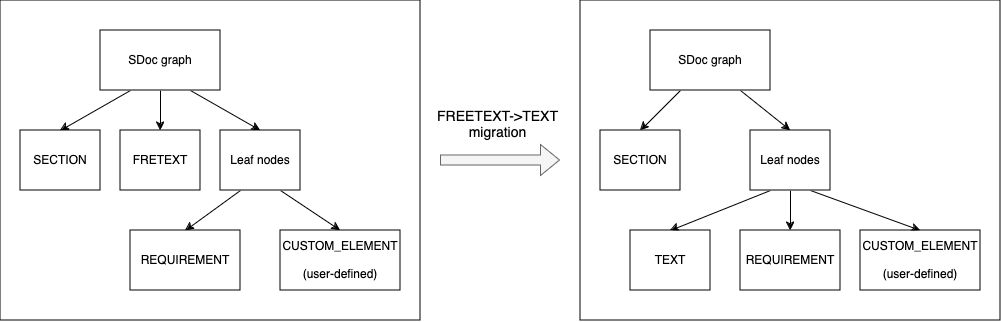
Before: docs/_assets/StrictDoc_Workspace-FREETEXT-TEXT.drawio.png, a diagram exported from draw.io (strictdoc-project/strictdoc). Source tidied: cells renumbered, new cells last; positions are measured from the earlier drawing's top-left corner, leaving out a move shared by most shapes. Source of this version:
```xml
<mxGraphModel>
  <root>
    <mxCell id="0" />
    <mxCell id="1" parent="0" />
    <mxCell id="2" style="rounded=0;whiteSpace=wrap;html=1;" parent="1" vertex="1">
      <mxGeometry x="580" width="420" height="320" as="geometry" />
    </mxCell>
    <mxCell id="3" style="rounded=0;whiteSpace=wrap;html=1;" parent="1" vertex="1">
      <mxGeometry width="420" height="320" as="geometry" />
    </mxCell>
    <mxCell id="4" style="edgeStyle=orthogonalEdgeStyle;rounded=0;jettySize=auto;html=1;exitX=0.5;exitY=1;exitDx=0;exitDy=0;" parent="1" edge="1" source="7" target="13">
      <mxGeometry relative="1" as="geometry" />
    </mxCell>
    <mxCell id="5" style="rounded=0;jettySize=auto;html=1;exitX=0.25;exitY=1;exitDx=0;exitDy=0;entryX=0.5;entryY=0;entryDx=0;entryDy=0;" parent="1" edge="1" source="7" target="14">
      <mxGeometry relative="1" as="geometry" />
    </mxCell>
    <mxCell id="6" style="rounded=0;jettySize=auto;html=1;exitX=0.75;exitY=1;exitDx=0;exitDy=0;entryX=0.5;entryY=0;entryDx=0;entryDy=0;" parent="1" edge="1" source="7" target="10">
      <mxGeometry relative="1" as="geometry" />
    </mxCell>
    <mxCell id="7" value="SDoc graph" style="rounded=0;whiteSpace=wrap;html=1;" parent="1" vertex="1">
      <mxGeometry x="100" y="30" width="120" height="60" as="geometry" />
    </mxCell>
    <mxCell id="8" style="rounded=0;jettySize=auto;html=1;exitX=0.25;exitY=1;exitDx=0;exitDy=0;entryX=0.5;entryY=0;entryDx=0;entryDy=0;" parent="1" edge="1" source="10" target="11">
      <mxGeometry relative="1" as="geometry" />
    </mxCell>
    <mxCell id="9" style="rounded=0;jettySize=auto;html=1;exitX=0.75;exitY=1;exitDx=0;exitDy=0;entryX=0.5;entryY=0;entryDx=0;entryDy=0;" parent="1" edge="1" source="10" target="12">
      <mxGeometry relative="1" as="geometry" />
    </mxCell>
    <mxCell id="10" value="Leaf nodes" style="rounded=0;whiteSpace=wrap;html=1;" parent="1" vertex="1">
      <mxGeometry x="220" y="130" width="80" height="60" as="geometry" />
    </mxCell>
    <mxCell id="11" value="REQUIREMENT" style="rounded=0;whiteSpace=wrap;html=1;" parent="1" vertex="1">
      <mxGeometry x="130" y="230" width="110" height="60" as="geometry" />
    </mxCell>
    <mxCell id="12" value="&lt;div&gt;CUSTOM_ELEMENT&lt;/div&gt;&lt;div&gt;&lt;br&gt;&lt;/div&gt;&lt;div&gt;(user-defined)&lt;/div&gt;" style="rounded=0;whiteSpace=wrap;html=1;" parent="1" vertex="1">
      <mxGeometry x="280" y="230" width="120" height="60" as="geometry" />
    </mxCell>
    <mxCell id="13" value="FRETEXT" style="rounded=0;whiteSpace=wrap;html=1;" parent="1" vertex="1">
      <mxGeometry x="120" y="130" width="80" height="60" as="geometry" />
    </mxCell>
    <mxCell id="14" value="SECTION" style="rounded=0;whiteSpace=wrap;html=1;" parent="1" vertex="1">
      <mxGeometry x="20" y="130" width="80" height="60" as="geometry" />
    </mxCell>
    <mxCell id="15" style="rounded=0;jettySize=auto;html=1;exitX=0.25;exitY=1;exitDx=0;exitDy=0;entryX=0.5;entryY=0;entryDx=0;entryDy=0;" parent="1" edge="1" source="17" target="25">
      <mxGeometry relative="1" as="geometry" />
    </mxCell>
    <mxCell id="16" style="rounded=0;jettySize=auto;html=1;exitX=0.75;exitY=1;exitDx=0;exitDy=0;entryX=0.5;entryY=0;entryDx=0;entryDy=0;" parent="1" edge="1" source="17" target="21">
      <mxGeometry relative="1" as="geometry" />
    </mxCell>
    <mxCell id="17" value="SDoc graph" style="rounded=0;whiteSpace=wrap;html=1;" parent="1" vertex="1">
      <mxGeometry x="650" y="30" width="120" height="60" as="geometry" />
    </mxCell>
    <mxCell id="18" style="rounded=0;jettySize=auto;html=1;exitX=0.5;exitY=1;exitDx=0;exitDy=0;entryX=0.5;entryY=0;entryDx=0;entryDy=0;" parent="1" edge="1" source="21" target="22">
      <mxGeometry relative="1" as="geometry" />
    </mxCell>
    <mxCell id="19" style="rounded=0;jettySize=auto;html=1;exitX=0.75;exitY=1;exitDx=0;exitDy=0;entryX=0.5;entryY=0;entryDx=0;entryDy=0;" parent="1" edge="1" source="21" target="23">
      <mxGeometry relative="1" as="geometry" />
    </mxCell>
    <mxCell id="20" style="rounded=0;jettySize=auto;html=1;exitX=0.25;exitY=1;exitDx=0;exitDy=0;entryX=0.5;entryY=0;entryDx=0;entryDy=0;" parent="1" edge="1" source="21" target="24">
      <mxGeometry relative="1" as="geometry" />
    </mxCell>
    <mxCell id="21" value="Leaf nodes" style="rounded=0;whiteSpace=wrap;html=1;" parent="1" vertex="1">
      <mxGeometry x="750" y="130" width="80" height="60" as="geometry" />
    </mxCell>
    <mxCell id="22" value="REQUIREMENT" style="rounded=0;whiteSpace=wrap;html=1;" parent="1" vertex="1">
      <mxGeometry x="740" y="230" width="100" height="60" as="geometry" />
    </mxCell>
    <mxCell id="23" value="&lt;div&gt;CUSTOM_ELEMENT&lt;/div&gt;&lt;div&gt;&lt;br&gt;&lt;/div&gt;&lt;div&gt;(user-defined)&lt;/div&gt;" style="rounded=0;whiteSpace=wrap;html=1;" parent="1" vertex="1">
      <mxGeometry x="860" y="230" width="120" height="60" as="geometry" />
    </mxCell>
    <mxCell id="24" value="TEXT" style="rounded=0;whiteSpace=wrap;html=1;" parent="1" vertex="1">
      <mxGeometry x="630" y="230" width="80" height="60" as="geometry" />
    </mxCell>
    <mxCell id="25" value="SECTION" style="rounded=0;whiteSpace=wrap;html=1;" parent="1" vertex="1">
      <mxGeometry x="600" y="130" width="80" height="60" as="geometry" />
    </mxCell>
    <mxCell id="26" style="shape=flexArrow;endArrow=classic;html=1;rounded=0;fillColor=#f5f5f5;strokeColor=#666666;" parent="1" edge="1">
      <mxGeometry relative="1" as="geometry">
        <mxPoint x="440" y="160" as="sourcePoint" />
        <mxPoint x="560" y="160" as="targetPoint" />
      </mxGeometry>
    </mxCell>
    <mxCell id="27" value="FREETEXT-&amp;gt;TEXT migration" style="text;html=1;align=center;verticalAlign=middle;whiteSpace=wrap;rounded=0;fontSize=14;" parent="1" vertex="1">
      <mxGeometry x="435" y="110" width="125" height="30" as="geometry" />
    </mxCell>
  </root>
</mxGraphModel>
```
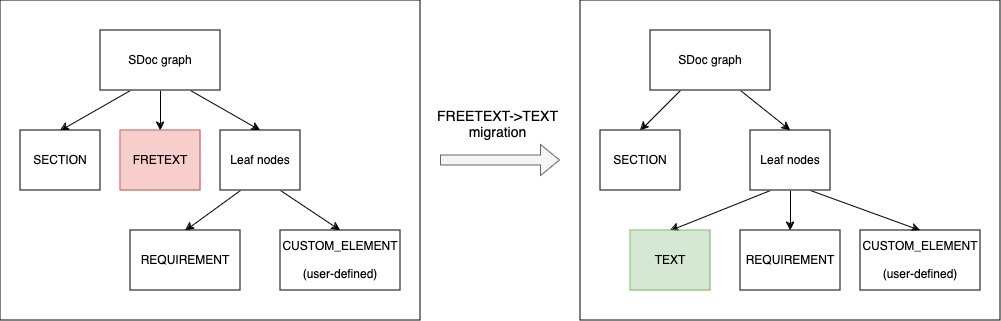
After the change.

Commit message:
docs: update the FREETEXT-TEXT diagram and the roadmap

The edit, as a diff of the source:
```diff
@@ -35,7 +35,7 @@
     <mxCell id="12" value="&lt;div&gt;CUSTOM_ELEMENT&lt;/div&gt;&lt;div&gt;&lt;br&gt;&lt;/div&gt;&lt;div&gt;(user-defined)&lt;/div&gt;" style="rounded=0;whiteSpace=wrap;html=1;" parent="1" vertex="1">
       <mxGeometry x="280" y="230" width="120" height="60" as="geometry" />
     </mxCell>
-    <mxCell id="13" value="FRETEXT" style="rounded=0;whiteSpace=wrap;html=1;" parent="1" vertex="1">
+    <mxCell id="13" value="FRETEXT" style="rounded=0;whiteSpace=wrap;html=1;fillColor=#f8cecc;strokeColor=#b85450;" parent="1" vertex="1">
       <mxGeometry x="120" y="130" width="80" height="60" as="geometry" />
     </mxCell>
     <mxCell id="14" value="SECTION" style="rounded=0;whiteSpace=wrap;html=1;" parent="1" vertex="1">
@@ -68,7 +68,7 @@
     <mxCell id="23" value="&lt;div&gt;CUSTOM_ELEMENT&lt;/div&gt;&lt;div&gt;&lt;br&gt;&lt;/div&gt;&lt;div&gt;(user-defined)&lt;/div&gt;" style="rounded=0;whiteSpace=wrap;html=1;" parent="1" vertex="1">
       <mxGeometry x="860" y="230" width="120" height="60" as="geometry" />
     </mxCell>
-    <mxCell id="24" value="TEXT" style="rounded=0;whiteSpace=wrap;html=1;" parent="1" vertex="1">
+    <mxCell id="24" value="TEXT" style="rounded=0;whiteSpace=wrap;html=1;fillColor=#d5e8d4;strokeColor=#82b366;" parent="1" vertex="1">
       <mxGeometry x="630" y="230" width="80" height="60" as="geometry" />
     </mxCell>
     <mxCell id="25" value="SECTION" style="rounded=0;whiteSpace=wrap;html=1;" parent="1" vertex="1">
```
